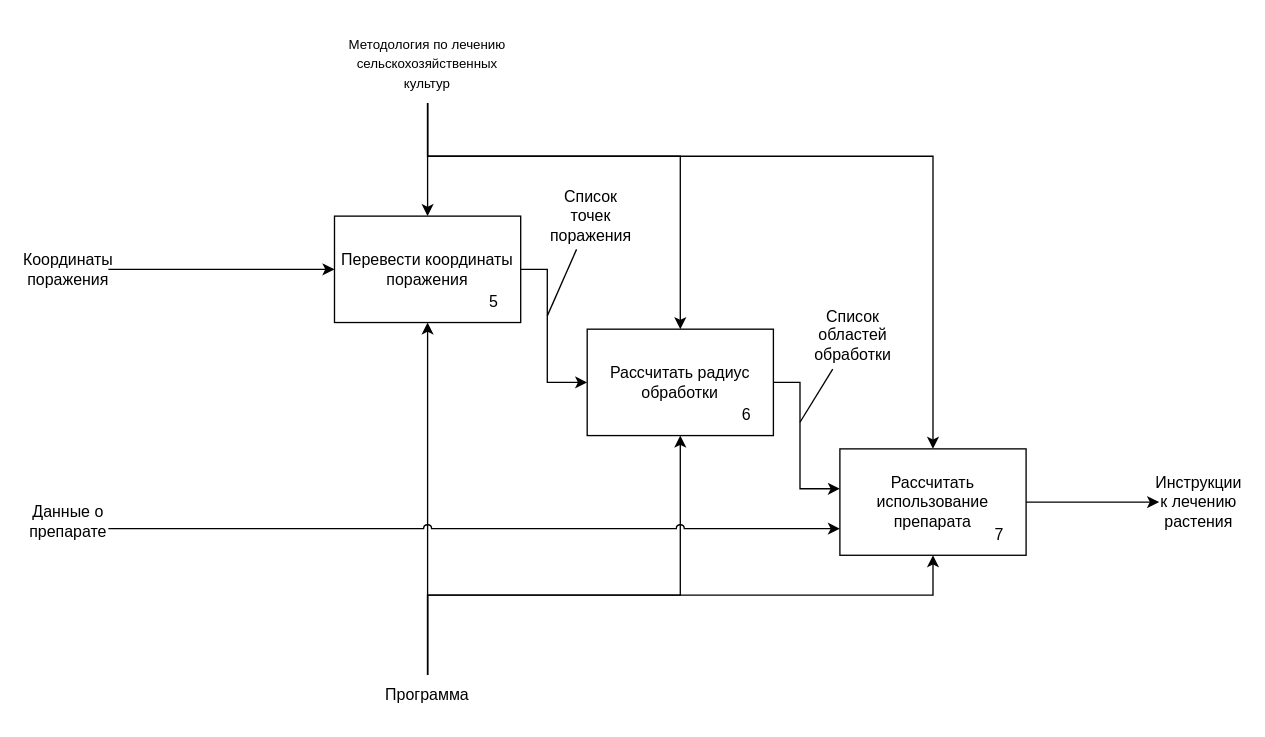
This is coursework/diagrams/IDEF0_3.drawio from ThomasCharester/KursuchShop, a draw.io file, before an edit. Source tidied: cells renumbered, new cells numbered last; positions are measured from the earlier drawing's top-left corner, leaving out a move shared by most shapes. Both pictures are drawn from the tidied source at 133%, with x=0, y=0 at pixel (28, 23).
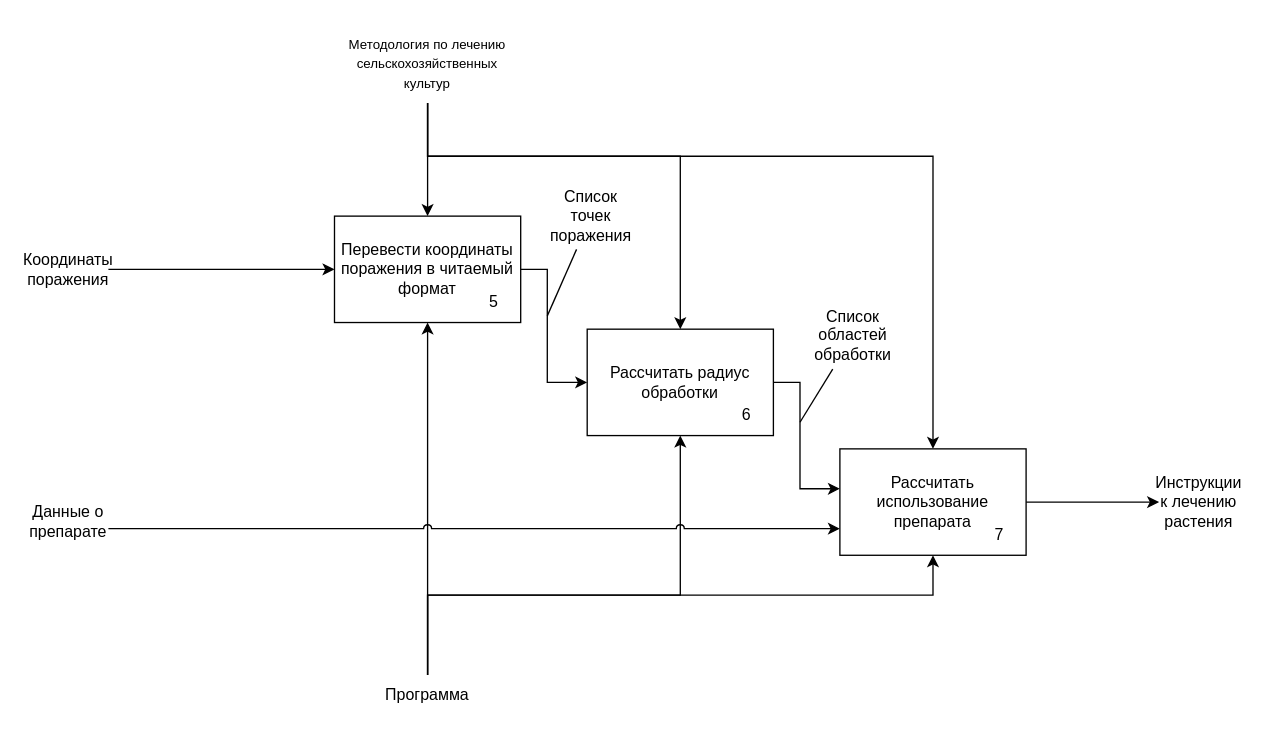
The same page after the edit.

The edit, as a diff of the source:
```diff
@@
-    <mxCell id="3" value="Перевести координаты поражения" style="rounded=0;whiteSpace=wrap;html=1;" parent="1" vertex="1">
+    <mxCell id="3" value="Перевести координаты поражения в читаемый формат" style="rounded=0;whiteSpace=wrap;html=1;" parent="1" vertex="1">
       <mxGeometry x="230" y="145" width="140" height="80" as="geometry" />
     </mxCell>
```
